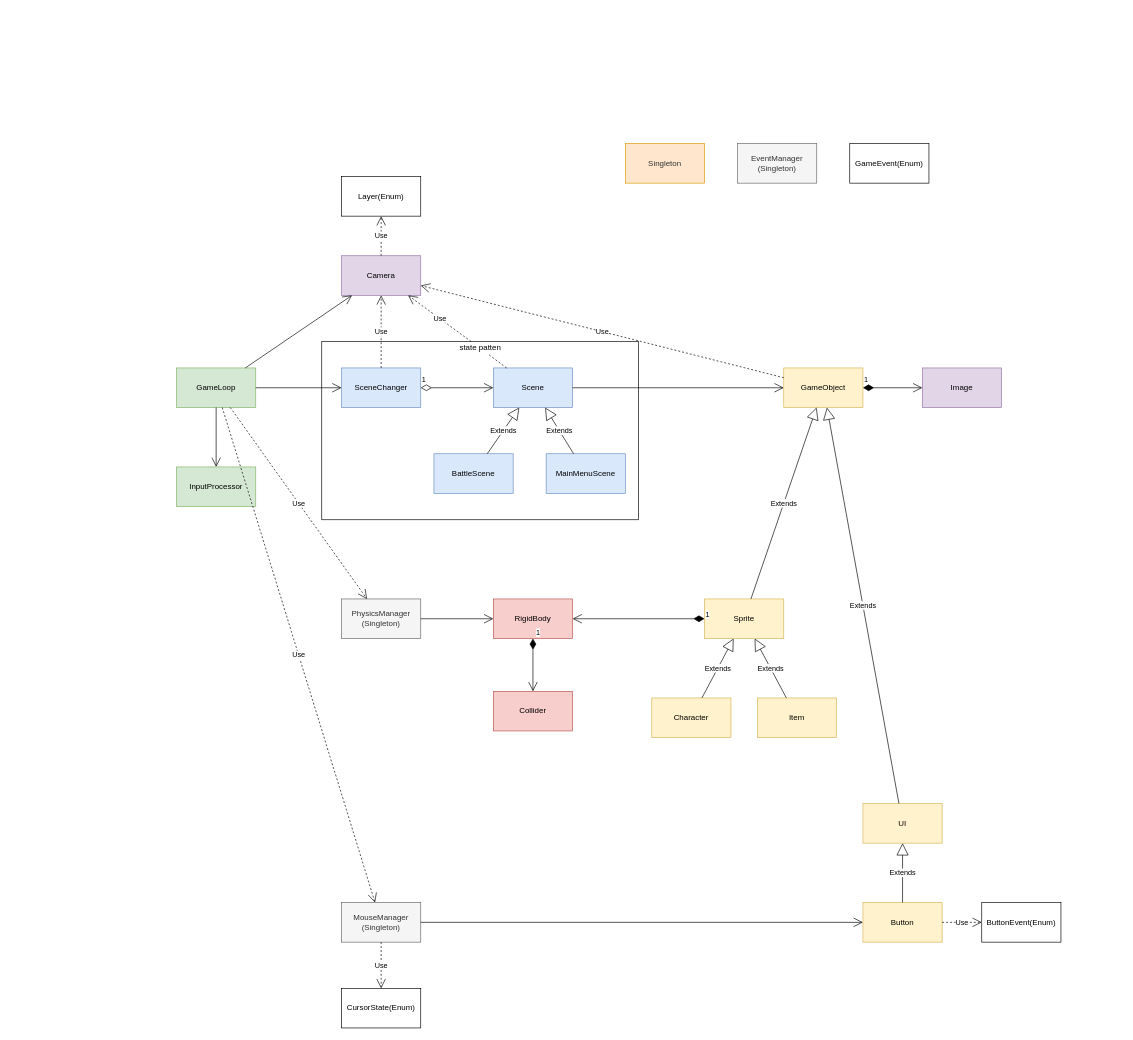
Above: page "Preview" (1 of 8) of Diagram/ARPG_PrototypeClassDiagram.drawio in dopamine333/ARPG_Prototype (draw.io), before the change. Source tidied: cells renumbered, new cells numbered last; positions are measured from the earlier drawing's top-left corner, leaving out a move shared by most shapes. Both pictures are drawn from the tidied source at 66%, with x=0, y=0 at pixel (176, 143).
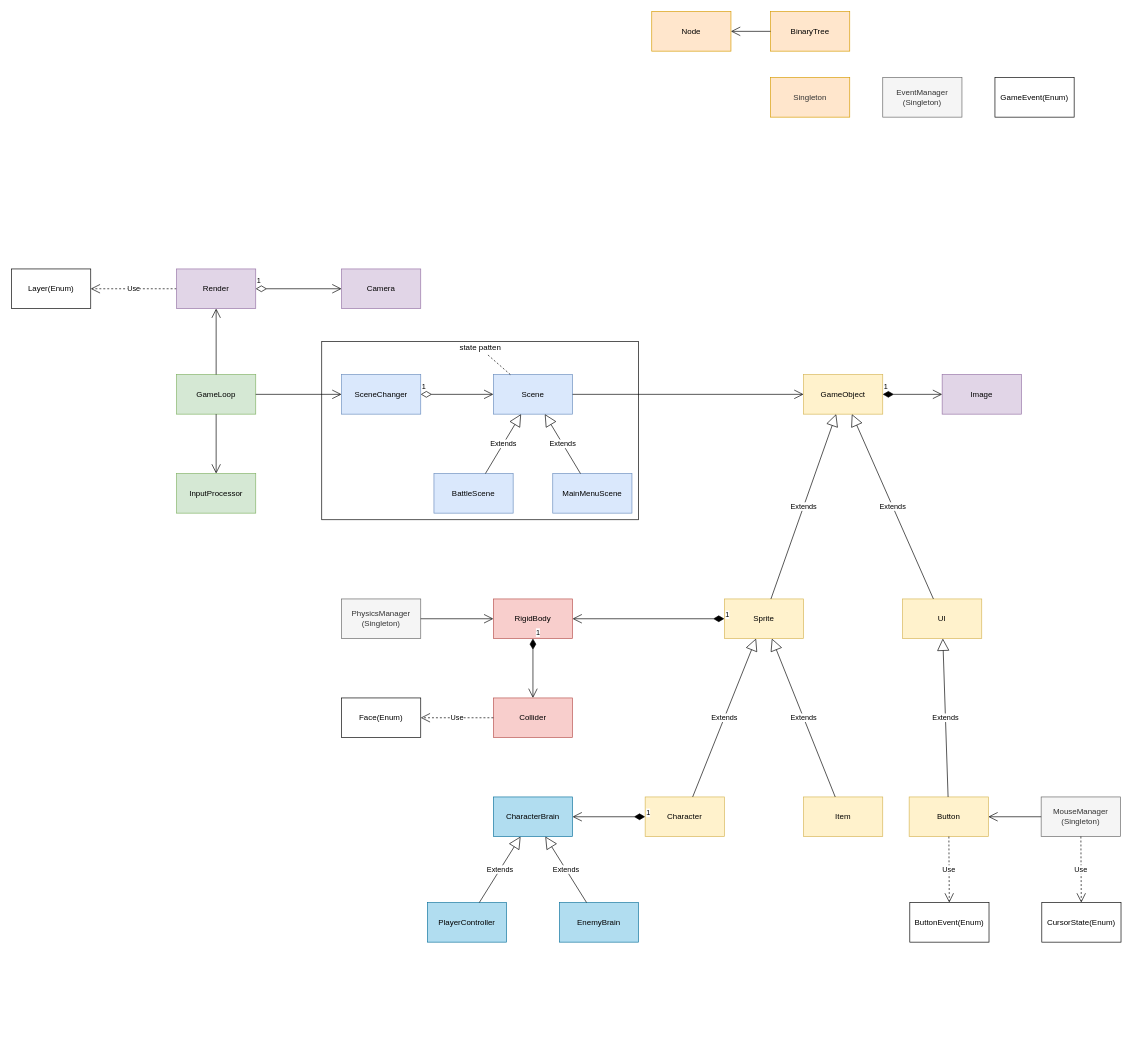
The same page after the edit.

Unchanged cells that the change refers to:
```xml
<mxCell id="4" value="PhysicsManager&lt;br&gt;(Singleton)" style="whiteSpace=wrap;html=1;fillColor=#f5f5f5;strokeColor=#666666;fontColor=#333333;" parent="1" vertex="1">
  <mxGeometry x="250" y="690" width="120" height="60" as="geometry" />
</mxCell>
<mxCell id="52" value="state patten" style="text;html=1;align=center;verticalAlign=middle;points=[];strokeColor=none;" parent="1" vertex="1">
  <mxGeometry x="420" y="300" width="80" height="20" as="geometry" />
</mxCell>
```

What changed in the source:
```diff
@@
     <mxCell id="3" value="Sprite&lt;span style=&quot;text-align: left&quot;&gt;&lt;br&gt;&lt;/span&gt;" style="whiteSpace=wrap;html=1;fillColor=#fff2cc;strokeColor=#d6b656;" parent="1" vertex="1">
-      <mxGeometry x="800" y="690" width="120" height="60" as="geometry" />
+      <mxGeometry x="830" y="690" width="120" height="60" as="geometry" />
     </mxCell>
@@
     <mxCell id="5" value="Camera" style="whiteSpace=wrap;html=1;fillColor=#e1d5e7;strokeColor=#9673a6;" parent="1" vertex="1">
-      <mxGeometry x="250" y="170" width="120" height="60" as="geometry" />
+      <mxGeometry x="250" y="190" width="120" height="60" as="geometry" />
     </mxCell>
     <mxCell id="6" value="GameObject" style="whiteSpace=wrap;html=1;fillColor=#fff2cc;strokeColor=#d6b656;" parent="1" vertex="1">
-      <mxGeometry x="920" y="340" width="120" height="60" as="geometry" />
+      <mxGeometry x="950" y="350" width="120" height="60" as="geometry" />
     </mxCell>
     <mxCell id="7" value="&lt;span style=&quot;text-align: left&quot;&gt;Character&lt;/span&gt;" style="whiteSpace=wrap;html=1;fillColor=#fff2cc;strokeColor=#d6b656;" parent="1" vertex="1">
-      <mxGeometry x="720" y="840" width="120" height="60" as="geometry" />
+      <mxGeometry x="710" y="990" width="120" height="60" as="geometry" />
     </mxCell>
     <mxCell id="8" value="UI" style="whiteSpace=wrap;html=1;fillColor=#fff2cc;strokeColor=#d6b656;" parent="1" vertex="1">
-      <mxGeometry x="1040" y="1000" width="120" height="60" as="geometry" />
+      <mxGeometry x="1100" y="690" width="120" height="60" as="geometry" />
     </mxCell>
     <mxCell id="9" value="Item" style="whiteSpace=wrap;html=1;fillColor=#fff2cc;strokeColor=#d6b656;" parent="1" vertex="1">
-      <mxGeometry x="880" y="840" width="120" height="60" as="geometry" />
+      <mxGeometry x="950" y="990" width="120" height="60" as="geometry" />
     </mxCell>
     <mxCell id="10" value="Button" style="whiteSpace=wrap;html=1;fillColor=#fff2cc;strokeColor=#d6b656;" parent="1" vertex="1">
-      <mxGeometry x="1040" y="1150" width="120" height="60" as="geometry" />
+      <mxGeometry x="1110" y="990" width="120" height="60" as="geometry" />
     </mxCell>
     <mxCell id="11" value="GameLoop" style="whiteSpace=wrap;html=1;fillColor=#d5e8d4;strokeColor=#82b366;" parent="1" vertex="1">
-      <mxGeometry y="340" width="120" height="60" as="geometry" />
+      <mxGeometry y="350" width="120" height="60" as="geometry" />
     </mxCell>
     <mxCell id="12" value="Scene" style="whiteSpace=wrap;html=1;fillColor=#dae8fc;strokeColor=#6c8ebf;" parent="1" vertex="1">
-      <mxGeometry x="480" y="340" width="120" height="60" as="geometry" />
+      <mxGeometry x="480" y="350" width="120" height="60" as="geometry" />
     </mxCell>
     <mxCell id="13" value="BattleScene" style="whiteSpace=wrap;html=1;fillColor=#dae8fc;strokeColor=#6c8ebf;" parent="1" vertex="1">
-      <mxGeometry x="390" y="470" width="120" height="60" as="geometry" />
+      <mxGeometry x="390" y="500" width="120" height="60" as="geometry" />
     </mxCell>
@@
     <mxCell id="21" value="SceneChanger" style="whiteSpace=wrap;html=1;fillColor=#dae8fc;strokeColor=#6c8ebf;" parent="1" vertex="1">
-      <mxGeometry x="250" y="340" width="120" height="60" as="geometry" />
+      <mxGeometry x="250" y="350" width="120" height="60" as="geometry" />
     </mxCell>
@@
-    <mxCell id="24" style="endArrow=open;endFill=1;endSize=12;html=1;" parent="1" edge="1" source="11" target="5">
+    <mxCell id="24" style="endArrow=open;endFill=1;endSize=12;html=1;" parent="1" edge="1" source="11" target="65">
       <mxGeometry relative="1" as="geometry" />
     </mxCell>
-    <mxCell id="25" value="Use" style="endArrow=open;endSize=12;dashed=1;html=1;" parent="1" edge="1" source="21" target="5">
-      <mxGeometry relative="1" as="geometry" />
-    </mxCell>
-    <mxCell id="26" value="Use" style="endArrow=open;endSize=12;dashed=1;html=1;startArrow=none;" parent="1" edge="1" source="52" target="5">
-      <mxGeometry relative="1" as="geometry" />
-    </mxCell>
-    <mxCell id="27" value="Use" style="endArrow=open;endSize=12;dashed=1;html=1;" parent="1" edge="1" source="6" target="5">
-      <mxGeometry relative="1" as="geometry" />
-    </mxCell>
@@
     <mxCell id="31" value="Collider" style="whiteSpace=wrap;html=1;fillColor=#f8cecc;strokeColor=#b85450;" parent="1" vertex="1">
-      <mxGeometry x="480" y="830" width="120" height="60" as="geometry" />
+      <mxGeometry x="480" y="840" width="120" height="60" as="geometry" />
     </mxCell>
@@
     <mxCell id="33" value="MouseManager&lt;br&gt;(Singleton)" style="whiteSpace=wrap;html=1;fillColor=#f5f5f5;strokeColor=#666666;fontColor=#333333;" parent="1" vertex="1">
-      <mxGeometry x="250" y="1150" width="120" height="60" as="geometry" />
+      <mxGeometry x="1310" y="990" width="120" height="60" as="geometry" />
     </mxCell>
     <mxCell id="34" value="EventManager&lt;br&gt;(Singleton)" style="whiteSpace=wrap;html=1;fillColor=#f5f5f5;strokeColor=#666666;fontColor=#333333;" parent="1" vertex="1">
-      <mxGeometry x="850" width="120" height="60" as="geometry" />
+      <mxGeometry x="1070" y="-100" width="120" height="60" as="geometry" />
     </mxCell>
     <mxCell id="35" value="GameEvent(Enum)" style="whiteSpace=wrap;html=1;" parent="1" vertex="1">
-      <mxGeometry x="1020" width="120" height="60" as="geometry" />
+      <mxGeometry x="1240" y="-100" width="120" height="60" as="geometry" />
     </mxCell>
@@
     <mxCell id="37" value="Image" style="whiteSpace=wrap;html=1;fillColor=#e1d5e7;strokeColor=#9673a6;" parent="1" vertex="1">
-      <mxGeometry x="1130" y="340" width="120" height="60" as="geometry" />
+      <mxGeometry x="1160" y="350" width="120" height="60" as="geometry" />
     </mxCell>
@@
     <mxCell id="39" value="&lt;span style=&quot;color: rgb(51 , 51 , 51)&quot;&gt;Singleton&lt;/span&gt;" style="whiteSpace=wrap;html=1;fillColor=#ffe6cc;strokeColor=#d79b00;" parent="1" vertex="1">
-      <mxGeometry x="680" width="120" height="60" as="geometry" />
+      <mxGeometry x="900" y="-100" width="120" height="60" as="geometry" />
     </mxCell>
     <mxCell id="40" value="InputProcessor" style="whiteSpace=wrap;html=1;fillColor=#d5e8d4;strokeColor=#82b366;" parent="1" vertex="1">
-      <mxGeometry y="490" width="120" height="60" as="geometry" />
+      <mxGeometry y="500" width="120" height="60" as="geometry" />
     </mxCell>
@@
     <mxCell id="42" value="MainMenuScene" style="whiteSpace=wrap;html=1;fillColor=#dae8fc;strokeColor=#6c8ebf;" parent="1" vertex="1">
-      <mxGeometry x="560" y="470" width="120" height="60" as="geometry" />
+      <mxGeometry x="570" y="500" width="120" height="60" as="geometry" />
     </mxCell>
@@
     <mxCell id="44" value="ButtonEvent(Enum)" style="whiteSpace=wrap;html=1;" parent="1" vertex="1">
-      <mxGeometry x="1220" y="1150" width="120" height="60" as="geometry" />
+      <mxGeometry x="1111" y="1150" width="120" height="60" as="geometry" />
     </mxCell>
@@
-    <mxCell id="46" value="Use" style="endArrow=open;endSize=12;dashed=1;html=1;" parent="1" edge="1" source="11" target="4">
-      <mxGeometry relative="1" as="geometry" />
-    </mxCell>
-    <mxCell id="47" value="Use" style="endArrow=open;endSize=12;dashed=1;html=1;" parent="1" edge="1" source="11" target="33">
-      <mxGeometry relative="1" as="geometry" />
-    </mxCell>
     <mxCell id="48" value="Layer(Enum)" style="whiteSpace=wrap;html=1;" parent="1" vertex="1">
-      <mxGeometry x="250" y="50" width="120" height="60" as="geometry" />
+      <mxGeometry x="-250" y="190" width="120" height="60" as="geometry" />
     </mxCell>
-    <mxCell id="49" value="Use" style="endArrow=open;endSize=12;dashed=1;html=1;" parent="1" edge="1" source="5" target="48">
+    <mxCell id="49" value="Use" style="endArrow=open;endSize=12;dashed=1;html=1;" parent="1" edge="1" source="65" target="48">
       <mxGeometry relative="1" as="geometry" />
     </mxCell>
     <mxCell id="50" value="CursorState(Enum)" style="whiteSpace=wrap;html=1;" parent="1" vertex="1">
-      <mxGeometry x="250" y="1280" width="120" height="60" as="geometry" />
+      <mxGeometry x="1311" y="1150" width="120" height="60" as="geometry" />
     </mxCell>
@@
+    <mxCell id="54" value="&lt;span style=&quot;text-align: left&quot;&gt;Character&lt;/span&gt;Brain" style="whiteSpace=wrap;html=1;fillColor=#b1ddf0;strokeColor=#10739e;" parent="1" vertex="1">
+      <mxGeometry x="480" y="990" width="120" height="60" as="geometry" />
+    </mxCell>
+    <mxCell id="55" value="PlayerController" style="whiteSpace=wrap;html=1;fillColor=#b1ddf0;strokeColor=#10739e;" parent="1" vertex="1">
+      <mxGeometry x="380" y="1150" width="120" height="60" as="geometry" />
+    </mxCell>
+    <mxCell id="56" value="EnemyBrain" style="whiteSpace=wrap;html=1;fillColor=#b1ddf0;strokeColor=#10739e;" parent="1" vertex="1">
+      <mxGeometry x="580" y="1150" width="120" height="60" as="geometry" />
+    </mxCell>
+    <mxCell id="57" value="1" style="endArrow=open;html=1;endSize=12;startArrow=diamondThin;startSize=14;startFill=1;edgeStyle=orthogonalEdgeStyle;align=left;verticalAlign=bottom;" parent="1" edge="1" source="7" target="54">
+      <mxGeometry x="-1" y="3" relative="1" as="geometry" />
+    </mxCell>
+    <mxCell id="58" value="Extends" style="endArrow=block;endSize=16;endFill=0;html=1;" parent="1" edge="1" source="55" target="54">
+      <mxGeometry relative="1" as="geometry" />
+    </mxCell>
+    <mxCell id="59" value="Extends" style="endArrow=block;endSize=16;endFill=0;html=1;" parent="1" edge="1" source="56" target="54">
+      <mxGeometry relative="1" as="geometry" />
+    </mxCell>
+    <mxCell id="60" value="BinaryTree" style="whiteSpace=wrap;html=1;fillColor=#ffe6cc;strokeColor=#d79b00;" parent="1" vertex="1">
+      <mxGeometry x="900" y="-200" width="120" height="60" as="geometry" />
+    </mxCell>
+    <mxCell id="61" value="Node" style="whiteSpace=wrap;html=1;fillColor=#ffe6cc;strokeColor=#d79b00;" parent="1" vertex="1">
+      <mxGeometry x="720" y="-200" width="120" height="60" as="geometry" />
+    </mxCell>
+    <mxCell id="62" style="endArrow=open;endFill=1;endSize=12;html=1;" parent="1" edge="1" source="60" target="61">
+      <mxGeometry relative="1" as="geometry" />
+    </mxCell>
+    <mxCell id="63" value="Face(Enum)" style="whiteSpace=wrap;html=1;" parent="1" vertex="1">
+      <mxGeometry x="250" y="840" width="120" height="60" as="geometry" />
+    </mxCell>
+    <mxCell id="64" value="Use" style="endArrow=open;endSize=12;dashed=1;html=1;" parent="1" edge="1" source="31" target="63">
+      <mxGeometry relative="1" as="geometry" />
+    </mxCell>
+    <mxCell id="65" value="Render" style="whiteSpace=wrap;html=1;fillColor=#e1d5e7;strokeColor=#9673a6;" parent="1" vertex="1">
+      <mxGeometry y="190" width="120" height="60" as="geometry" />
+    </mxCell>
+    <mxCell id="66" value="1" style="endArrow=open;html=1;endSize=12;startArrow=diamondThin;startSize=14;startFill=0;edgeStyle=orthogonalEdgeStyle;align=left;verticalAlign=bottom;" parent="1" edge="1" source="65" target="5">
+      <mxGeometry x="-1" y="3" relative="1" as="geometry" />
+    </mxCell>
```
